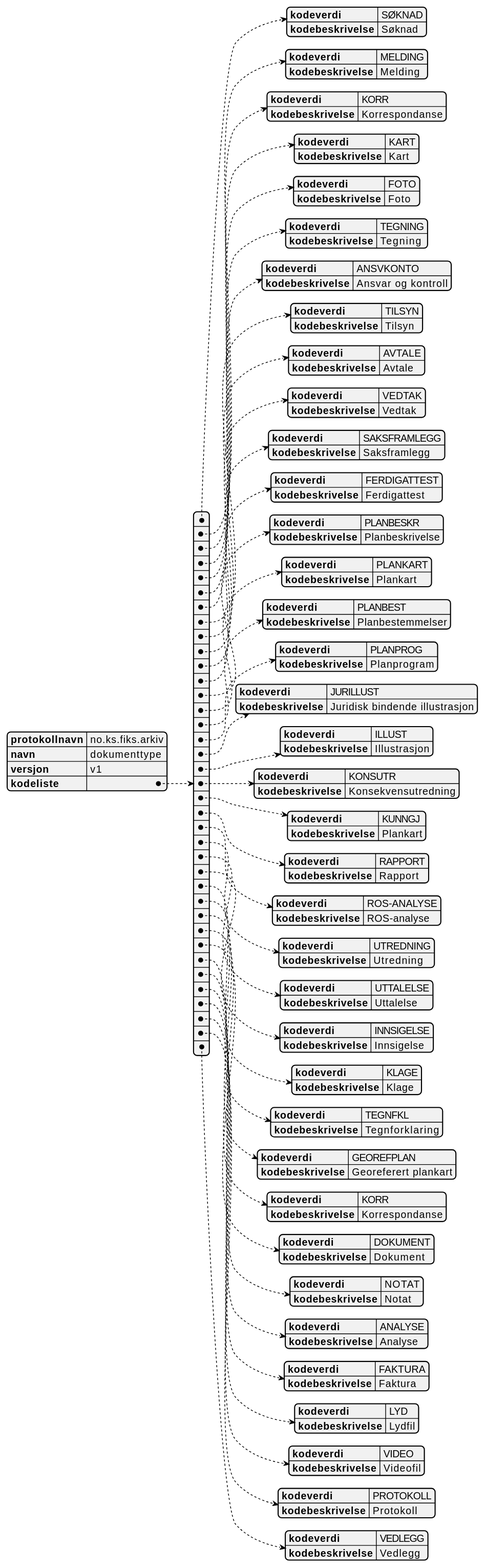
Before: Schema/V1/kodelister/no.ks.fiks.arkiv.v1.kodelister.dokumenttype/no.ks.fiks.arkiv.v1.kodelister.dokumenttype.svg, a diagram exported from PlantUML (ks-no/fiks-arkiv-specification).
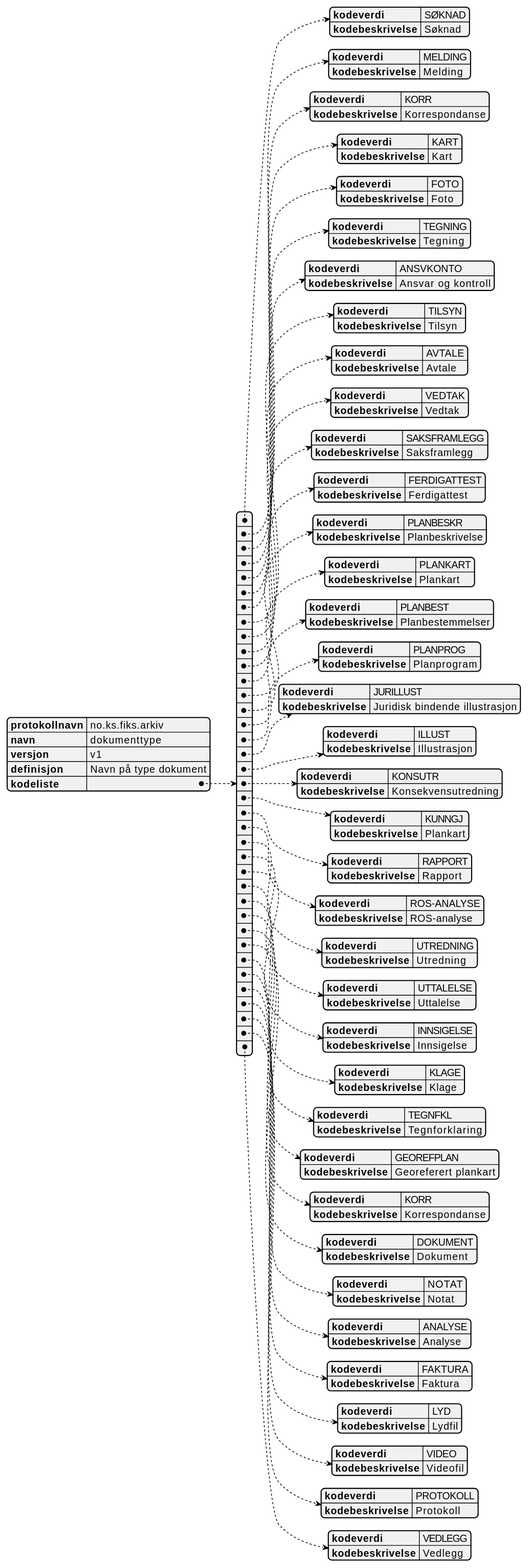
After the change.

The edit, as a diff of the source:
```diff
@@ -1,157 +1,158 @@
 @startjson
 {
-  "protokollnavn": "no.ks.fiks.arkiv",
-  "navn": "dokumenttype",
-  "versjon": "v1",
-  "kodeliste": [
-    {
-      "kodeverdi" : "SØKNAD",
-      "kodebeskrivelse" : "Søknad"
-    },
-    {
-      "kodeverdi" : "MELDING",
-      "kodebeskrivelse" : "Melding"
-    },
-    {
-      "kodeverdi" : "KORR",
-      "kodebeskrivelse" : "Korrespondanse"
-    },
-    {
-      "kodeverdi" : "KART",
-      "kodebeskrivelse" : "Kart"
-    },
-    {
-      "kodeverdi" : "FOTO",
-      "kodebeskrivelse" : "Foto"
-    },
-    {
-      "kodeverdi" : "TEGNING",
-      "kodebeskrivelse" : "Tegning"
-    },
-    {
-      "kodeverdi" : "ANSVKONTO",
-      "kodebeskrivelse" : "Ansvar og kontroll"
-    },
-    {
-      "kodeverdi" : "TILSYN",
-      "kodebeskrivelse" : "Tilsyn"
-    },
-    {
-      "kodeverdi" : "AVTALE",
-      "kodebeskrivelse" : "Avtale"
-    },
-    {
-      "kodeverdi" : "VEDTAK",
-      "kodebeskrivelse" : "Vedtak"
-    },
-    {
-      "kodeverdi" : "SAKSFRAMLEGG",
-      "kodebeskrivelse" : "Saksframlegg"
-    },
-    {
-      "kodeverdi" : "FERDIGATTEST",
-      "kodebeskrivelse" : "Ferdigattest"
-    },
-    {
-      "kodeverdi" : "PLANBESKR",
-      "kodebeskrivelse" : "Planbeskrivelse"
-    },
-    {
-      "kodeverdi" : "PLANKART",
-      "kodebeskrivelse" : "Plankart"
-    },
-    {
-      "kodeverdi" : "PLANBEST",
-      "kodebeskrivelse" : "Planbestemmelser"
-    },
-    {
-      "kodeverdi" : "PLANPROG",
-      "kodebeskrivelse" : "Planprogram"
-    },
-    {
-      "kodeverdi" : "JURILLUST",
-      "kodebeskrivelse" : "Juridisk bindende illustrasjon"
-    },
-    {
-      "kodeverdi" : "ILLUST",
-      "kodebeskrivelse" : "Illustrasjon"
-    },
-    {
-      "kodeverdi" : "KONSUTR",
-      "kodebeskrivelse" : "Konsekvensutredning"
-    },
-    {
-      "kodeverdi" : "KUNNGJ",
-      "kodebeskrivelse" : "Plankart"
-    },
-    {
-      "kodeverdi" : "RAPPORT",
-      "kodebeskrivelse" : "Rapport"
-    },
-    {
-      "kodeverdi" : "ROS-ANALYSE",
-      "kodebeskrivelse" : "ROS-analyse"
-    },
-    {
-      "kodeverdi" : "UTREDNING",
-      "kodebeskrivelse" : "Utredning"
-    },
-    {
-      "kodeverdi" : "UTTALELSE",
-      "kodebeskrivelse" : "Uttalelse"
-    },
-    {
-      "kodeverdi" : "INNSIGELSE",
-      "kodebeskrivelse" : "Innsigelse"
-    },
-    {
-      "kodeverdi" : "KLAGE",
-      "kodebeskrivelse" : "Klage"
-    },
-    {
-      "kodeverdi" : "TEGNFKL",
-      "kodebeskrivelse" : "Tegnforklaring"
-    },
-    {
-      "kodeverdi" : "GEOREFPLAN",
-      "kodebeskrivelse" : "Georeferert plankart"
-    },
-    {
-      "kodeverdi" : "KORR",
-      "kodebeskrivelse" : "Korrespondanse"
-    },
-    {
-      "kodeverdi" : "DOKUMENT",
-      "kodebeskrivelse" : "Dokument"
-    },
-    {
-      "kodeverdi" : "NOTAT",
-      "kodebeskrivelse" : "Notat"
-    },
-    {
-      "kodeverdi" : "ANALYSE",
-      "kodebeskrivelse" : "Analyse"
-    },
-    {
-      "kodeverdi" : "FAKTURA",
-      "kodebeskrivelse" : "Faktura"
-    },
-    {
-      "kodeverdi" : "LYD",
-      "kodebeskrivelse" : "Lydfil"
-    },
-    {
-      "kodeverdi" : "VIDEO",
-      "kodebeskrivelse" : "Videofil"
-    },
-    {
-      "kodeverdi" : "PROTOKOLL",
-      "kodebeskrivelse" : "Protokoll"
-    },
-    {
-      "kodeverdi" : "VEDLEGG",
-      "kodebeskrivelse" : "Vedlegg"
-    }
-  ]
-}
+   "protokollnavn": "no.ks.fiks.arkiv",
+   "navn": "dokumenttype",
+   "versjon": "v1",
+   "definisjon": "Navn på type dokument",
+   "kodeliste": [
+     {
+       "kodeverdi" : "SØKNAD",
+       "kodebeskrivelse" : "Søknad"
+     },
+     {
+       "kodeverdi" : "MELDING",
+       "kodebeskrivelse" : "Melding"
+     },
+     {
+       "kodeverdi" : "KORR",
+       "kodebeskrivelse" : "Korrespondanse"
+     },
+     {
+       "kodeverdi" : "KART",
+       "kodebeskrivelse" : "Kart"
+     },
+     {
+       "kodeverdi" : "FOTO",
+       "kodebeskrivelse" : "Foto"
+     },
+     {
+       "kodeverdi" : "TEGNING",
+       "kodebeskrivelse" : "Tegning"
+     },
+     {
+       "kodeverdi" : "ANSVKONTO",
+       "kodebeskrivelse" : "Ansvar og kontroll"
+     },
+     {
+       "kodeverdi" : "TILSYN",
+       "kodebeskrivelse" : "Tilsyn"
+     },
+     {
+       "kodeverdi" : "AVTALE",
+       "kodebeskrivelse" : "Avtale"
+     },
+     {
+       "kodeverdi" : "VEDTAK",
+       "kodebeskrivelse" : "Vedtak"
+     },
+     {
+       "kodeverdi" : "SAKSFRAMLEGG",
+       "kodebeskrivelse" : "Saksframlegg"
+     },
+     {
+       "kodeverdi" : "FERDIGATTEST",
+       "kodebeskrivelse" : "Ferdigattest"
+     },
+     {
+       "kodeverdi" : "PLANBESKR",
+       "kodebeskrivelse" : "Planbeskrivelse"
+     },
+     {
+       "kodeverdi" : "PLANKART",
+       "kodebeskrivelse" : "Plankart"
+     },
+     {
+       "kodeverdi" : "PLANBEST",
+       "kodebeskrivelse" : "Planbestemmelser"
+     },
+     {
+       "kodeverdi" : "PLANPROG",
+       "kodebeskrivelse" : "Planprogram"
+     },
+     {
+       "kodeverdi" : "JURILLUST",
+       "kodebeskrivelse" : "Juridisk bindende illustrasjon"
+     },
+     {
+       "kodeverdi" : "ILLUST",
+       "kodebeskrivelse" : "Illustrasjon"
+     },
+     {
+       "kodeverdi" : "KONSUTR",
+       "kodebeskrivelse" : "Konsekvensutredning"
+     },
+     {
+       "kodeverdi" : "KUNNGJ",
+       "kodebeskrivelse" : "Plankart"
+     },
+     {
+       "kodeverdi" : "RAPPORT",
+       "kodebeskrivelse" : "Rapport"
+     },
+     {
+       "kodeverdi" : "ROS-ANALYSE",
+       "kodebeskrivelse" : "ROS-analyse"
+     },
+     {
+       "kodeverdi" : "UTREDNING",
+       "kodebeskrivelse" : "Utredning"
+     },
+     {
+       "kodeverdi" : "UTTALELSE",
+       "kodebeskrivelse" : "Uttalelse"
+     },
+     {
+       "kodeverdi" : "INNSIGELSE",
+       "kodebeskrivelse" : "Innsigelse"
+     },
+     {
+       "kodeverdi" : "KLAGE",
+       "kodebeskrivelse" : "Klage"
+     },
+     {
+       "kodeverdi" : "TEGNFKL",
+       "kodebeskrivelse" : "Tegnforklaring"
+     },
+     {
+       "kodeverdi" : "GEOREFPLAN",
+       "kodebeskrivelse" : "Georeferert plankart"
+     },
+     {
+       "kodeverdi" : "KORR",
+       "kodebeskrivelse" : "Korrespondanse"
+     },
+     {
+       "kodeverdi" : "DOKUMENT",
+       "kodebeskrivelse" : "Dokument"
+     },
+     {
+       "kodeverdi" : "NOTAT",
+       "kodebeskrivelse" : "Notat"
+     },
+     {
+       "kodeverdi" : "ANALYSE",
+       "kodebeskrivelse" : "Analyse"
+     },
+     {
+       "kodeverdi" : "FAKTURA",
+       "kodebeskrivelse" : "Faktura"
+     },
+     {
+       "kodeverdi" : "LYD",
+       "kodebeskrivelse" : "Lydfil"
+     },
+     {
+       "kodeverdi" : "VIDEO",
+       "kodebeskrivelse" : "Videofil"
+     },
+     {
+       "kodeverdi" : "PROTOKOLL",
+       "kodebeskrivelse" : "Protokoll"
+     },
+     {
+       "kodeverdi" : "VEDLEGG",
+       "kodebeskrivelse" : "Vedlegg"
+     }
+   ]
+ }
 @endjson
```
